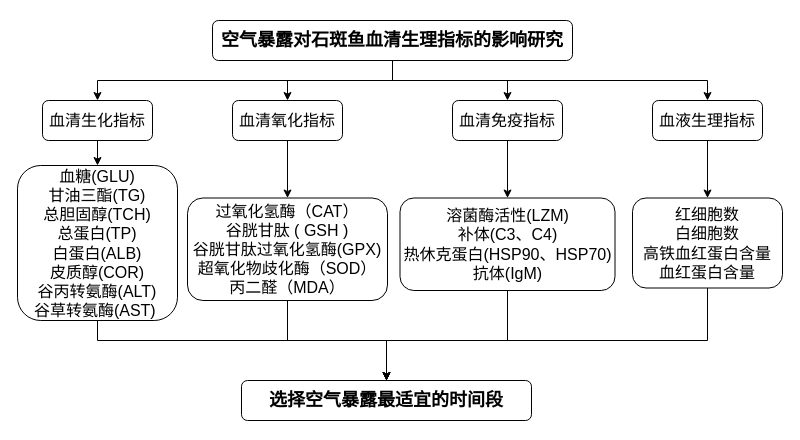
This is 生化指标.drawio from 729973389/picture, a draw.io file, before an edit. Source tidied: cells renumbered, new cells numbered last; positions are measured from the earlier drawing's top-left corner, leaving out a move shared by most shapes. Both pictures are drawn from the tidied source at 100%, with x=0, y=0 at pixel (17, 20).
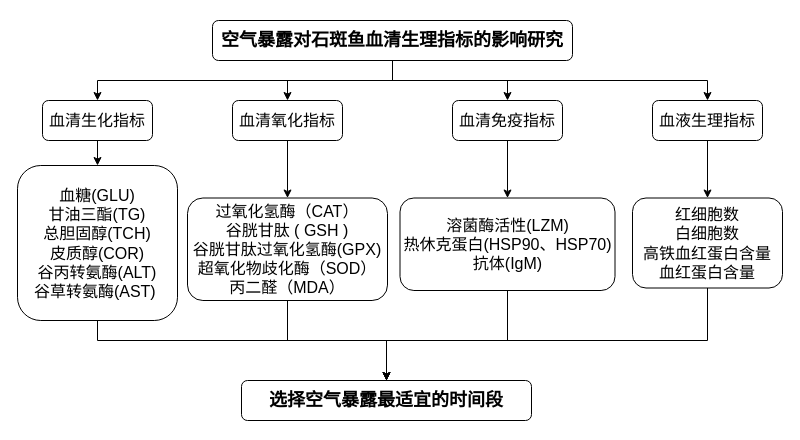
After the change.

Commit message:
更新生化指标.drawio

What changed in the source:
```diff
@@
-    <mxCell id="19" value="&lt;span&gt;溶菌酶活性(&lt;/span&gt;&lt;span lang=&quot;EN-US&quot;&gt;LZM)&lt;br&gt;补体(C3、C4)&lt;br&gt;热休克蛋白(HSP90、HSP70)&lt;br&gt;抗体(IgM)&lt;/span&gt;" style="rounded=1;whiteSpace=wrap;html=1;fontSize=16;" parent="1" vertex="1">
+    <mxCell id="19" value="&lt;span&gt;溶菌酶活性(&lt;/span&gt;&lt;span lang=&quot;EN-US&quot;&gt;LZM)&lt;br&gt;热休克蛋白(HSP90、HSP70)&lt;br&gt;抗体(IgM)&lt;/span&gt;" style="rounded=1;whiteSpace=wrap;html=1;fontSize=16;" parent="1" vertex="1">
       <mxGeometry x="382.5" y="177.5" width="215" height="92.5" as="geometry" />
     </mxCell>
@@
-    <mxCell id="23" value="血糖(GLU)&lt;br&gt;甘油三酯(TG)&lt;br&gt;总胆固醇(TCH)&lt;br&gt;总蛋白(TP)&lt;br&gt;白蛋白(ALB)&lt;br&gt;皮质醇(COR)&lt;br&gt;谷丙转氨酶(ALT) &lt;br&gt;谷草转氨酶(AST)&amp;nbsp;" style="rounded=1;whiteSpace=wrap;html=1;fontSize=16;" parent="1" vertex="1">
+    <mxCell id="23" value="血糖(GLU)&lt;br&gt;甘油三酯(TG)&lt;br&gt;总胆固醇(TCH)&lt;br&gt;皮质醇(COR)&lt;br&gt;谷丙转氨酶(ALT) &lt;br&gt;谷草转氨酶(AST)&amp;nbsp;" style="rounded=1;whiteSpace=wrap;html=1;fontSize=16;" parent="1" vertex="1">
       <mxGeometry y="145" width="160" height="155" as="geometry" />
     </mxCell>
```
